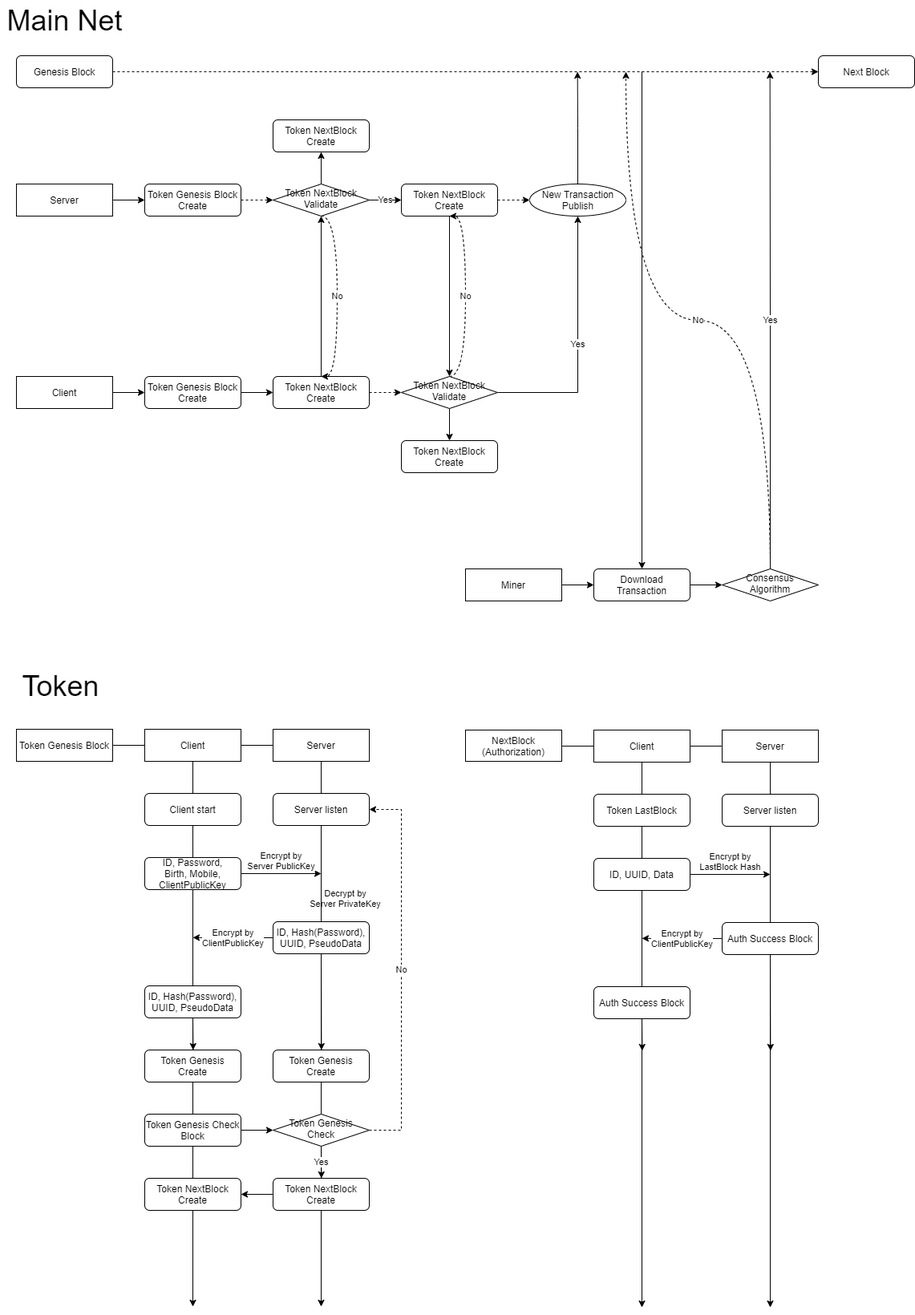
Above: HAC Main-net.png in TEAM-DEFINITION/hybrid_access_diagram (draw.io), before the change. Source tidied: cells renumbered, new cells last; positions are measured from the earlier drawing's top-left corner, leaving out a move shared by most shapes.
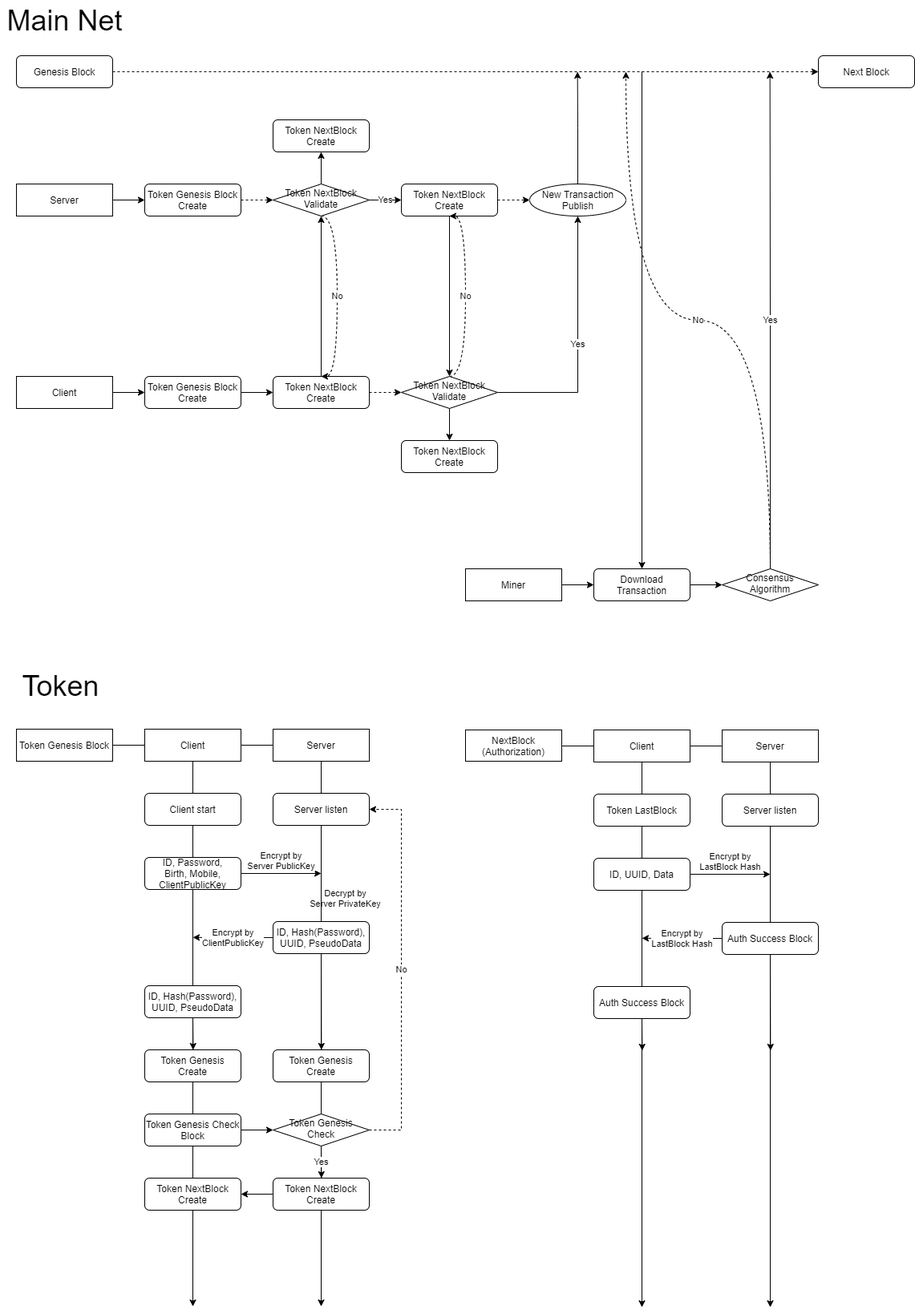
Above is the later version.

The edit, as a diff of the source:
```diff
@@ -268,7 +268,7 @@
     <mxCell id="72" value="ID, UUID, Data" style="rounded=1;whiteSpace=wrap;html=1;fontSize=12;glass=0;strokeWidth=1;shadow=0;" parent="1" vertex="1">
       <mxGeometry x="740" y="1070" width="120" height="40" as="geometry" />
     </mxCell>
-    <mxCell id="73" value="Encrypt by&lt;br&gt;ClientPublicKey" style="edgeStyle=none;rounded=0;jettySize=auto;html=1;exitX=0;exitY=0.5;exitDx=0;exitDy=0;" parent="1" edge="1" source="75">
+    <mxCell id="73" value="Encrypt by&lt;br&gt;LastBlock Hash" style="edgeStyle=none;rounded=0;jettySize=auto;html=1;exitX=0;exitY=0.5;exitDx=0;exitDy=0;" parent="1" edge="1" source="75">
       <mxGeometry relative="1" as="geometry">
         <mxPoint x="800" y="1169.8" as="targetPoint" />
       </mxGeometry>
```
